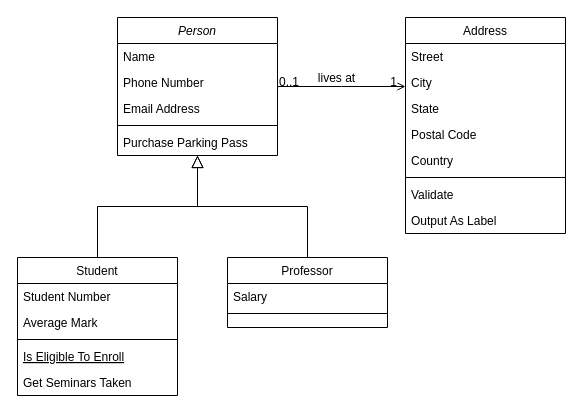
This is dice.drawio from steambap/diagram, a draw.io file, before an edit. Source tidied: cells renumbered, new cells numbered last; positions are measured from the earlier drawing's top-left corner, leaving out a move shared by most shapes. Both pictures are drawn from the tidied source at 100%, with x=0, y=0 at pixel (17, 17).
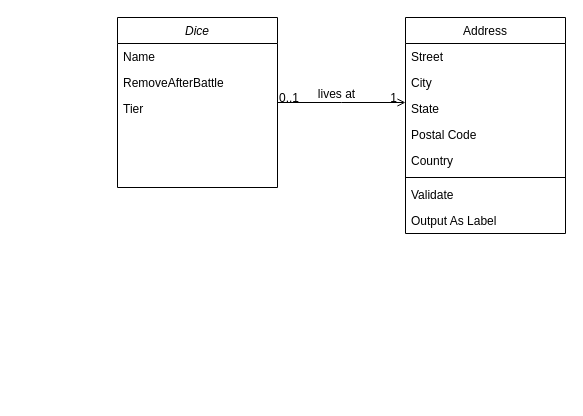
The same diagram, later.

What changed in the source:
```diff
@@
-    <mxCell id="2" value="Person" style="swimlane;fontStyle=2;align=center;verticalAlign=top;horizontal=1;startSize=26;rounded=0;shadow=0;strokeWidth=1;" parent="1" vertex="1">
-      <mxGeometry x="100" width="160" height="138" as="geometry" />
+    <mxCell id="2" value="Dice" style="swimlane;fontStyle=2;align=center;verticalAlign=top;horizontal=1;startSize=26;rounded=0;shadow=0;strokeWidth=1;" parent="1" vertex="1">
+      <mxGeometry x="100" width="160" height="170" as="geometry" />
     </mxCell>
@@
-    <mxCell id="4" value="Phone Number" style="text;align=left;verticalAlign=top;spacingLeft=4;spacingRight=4;overflow=hidden;rounded=0;shadow=0;html=0;" parent="2" vertex="1">
+    <mxCell id="4" value="RemoveAfterBattle" style="text;align=left;verticalAlign=top;spacingLeft=4;spacingRight=4;overflow=hidden;rounded=0;shadow=0;html=0;" parent="2" vertex="1">
       <mxGeometry y="52" width="160" height="26" as="geometry" />
     </mxCell>
-    <mxCell id="5" value="Email Address" style="text;align=left;verticalAlign=top;spacingLeft=4;spacingRight=4;overflow=hidden;rounded=0;shadow=0;html=0;" parent="2" vertex="1">
+    <mxCell id="5" value="Tier" style="text;align=left;verticalAlign=top;spacingLeft=4;spacingRight=4;overflow=hidden;rounded=0;shadow=0;html=0;" parent="2" vertex="1">
       <mxGeometry y="78" width="160" height="26" as="geometry" />
     </mxCell>
-    <mxCell id="6" style="line;html=1;strokeWidth=1;align=left;verticalAlign=middle;spacingTop=-1;spacingLeft=3;spacingRight=3;labelPosition=right;" parent="2" vertex="1">
-      <mxGeometry y="104" width="160" height="8" as="geometry" />
-    </mxCell>
-    <mxCell id="7" value="Purchase Parking Pass" style="text;align=left;verticalAlign=top;spacingLeft=4;spacingRight=4;overflow=hidden;" parent="2" vertex="1">
-      <mxGeometry y="112" width="160" height="26" as="geometry" />
-    </mxCell>
-    <mxCell id="8" value="Student" style="swimlane;fontStyle=0;align=center;verticalAlign=top;horizontal=1;startSize=26;rounded=0;shadow=0;strokeWidth=1;" parent="1" vertex="1">
-      <mxGeometry y="240" width="160" height="138" as="geometry" />
-    </mxCell>
-    <mxCell id="9" value="Student Number" style="text;align=left;verticalAlign=top;spacingLeft=4;spacingRight=4;overflow=hidden;" parent="8" vertex="1">
-      <mxGeometry y="26" width="160" height="26" as="geometry" />
-    </mxCell>
-    <mxCell id="10" value="Average Mark" style="text;align=left;verticalAlign=top;spacingLeft=4;spacingRight=4;overflow=hidden;rounded=0;shadow=0;html=0;" parent="8" vertex="1">
-      <mxGeometry y="52" width="160" height="26" as="geometry" />
-    </mxCell>
-    <mxCell id="11" style="line;html=1;strokeWidth=1;align=left;verticalAlign=middle;spacingTop=-1;spacingLeft=3;spacingRight=3;labelPosition=right;" parent="8" vertex="1">
-      <mxGeometry y="78" width="160" height="8" as="geometry" />
-    </mxCell>
-    <mxCell id="12" value="Is Eligible To Enroll" style="text;align=left;verticalAlign=top;spacingLeft=4;spacingRight=4;overflow=hidden;fontStyle=4;" parent="8" vertex="1">
-      <mxGeometry y="86" width="160" height="26" as="geometry" />
-    </mxCell>
-    <mxCell id="13" value="Get Seminars Taken" style="text;align=left;verticalAlign=top;spacingLeft=4;spacingRight=4;overflow=hidden;" parent="8" vertex="1">
-      <mxGeometry y="112" width="160" height="26" as="geometry" />
-    </mxCell>
-    <mxCell id="14" style="endArrow=block;endSize=10;endFill=0;shadow=0;strokeWidth=1;rounded=0;edgeStyle=elbowEdgeStyle;elbow=vertical;" parent="1" edge="1" source="8" target="2">
-      <mxGeometry relative="1" as="geometry" />
-    </mxCell>
-    <mxCell id="15" value="Professor" style="swimlane;fontStyle=0;align=center;verticalAlign=top;horizontal=1;startSize=26;rounded=0;shadow=0;strokeWidth=1;" parent="1" vertex="1">
-      <mxGeometry x="210" y="240" width="160" height="70" as="geometry" />
-    </mxCell>
-    <mxCell id="16" value="Salary" style="text;align=left;verticalAlign=top;spacingLeft=4;spacingRight=4;overflow=hidden;" parent="15" vertex="1">
-      <mxGeometry y="26" width="160" height="26" as="geometry" />
-    </mxCell>
-    <mxCell id="17" style="line;html=1;strokeWidth=1;align=left;verticalAlign=middle;spacingTop=-1;spacingLeft=3;spacingRight=3;labelPosition=right;" parent="15" vertex="1">
-      <mxGeometry y="52" width="160" height="8" as="geometry" />
-    </mxCell>
-    <mxCell id="18" style="endArrow=block;endSize=10;endFill=0;shadow=0;strokeWidth=1;rounded=0;edgeStyle=elbowEdgeStyle;elbow=vertical;" parent="1" edge="1" source="15" target="2">
-      <mxGeometry relative="1" as="geometry" />
-    </mxCell>
```
